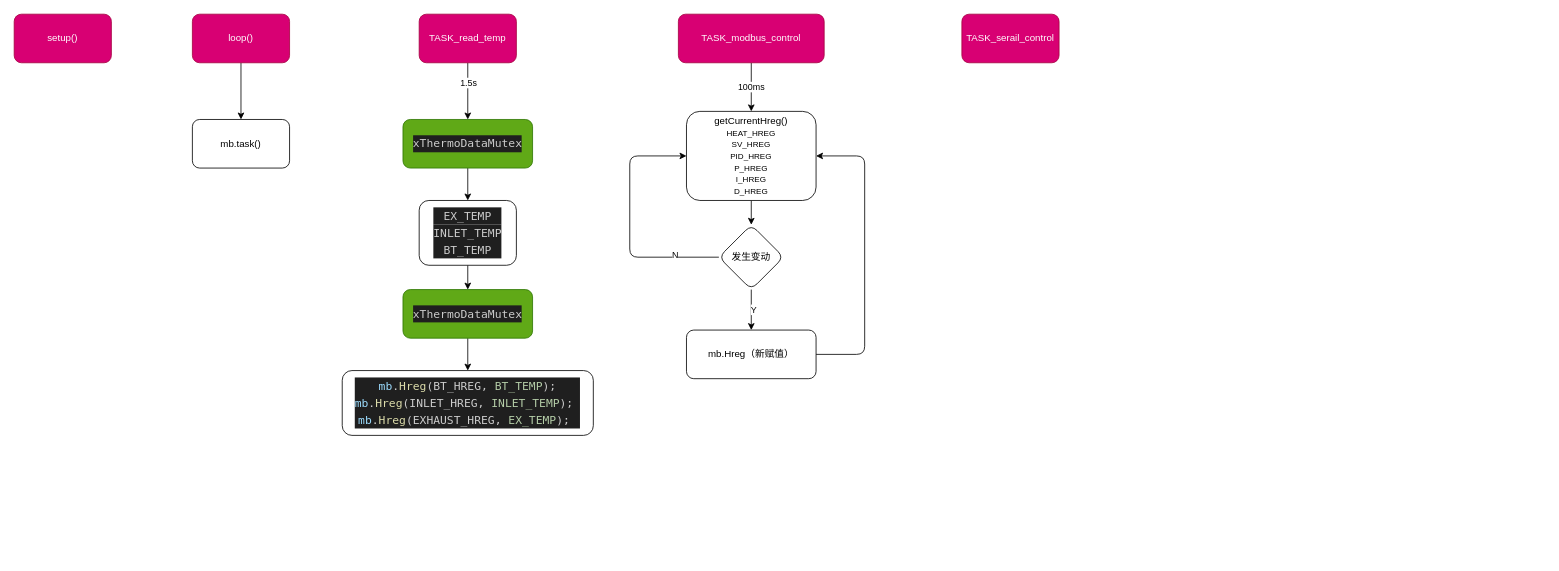
Earlier version of the draw.io diagram HB-controller/src/flow.drawio (sakunamary/HB-controller). Source tidied: cells renumbered, new cells numbered last; positions are measured from the earlier drawing's top-left corner, leaving out a move shared by most shapes. Both pictures are drawn from the tidied source at 81%, with x=0, y=0 at pixel (14, 14).
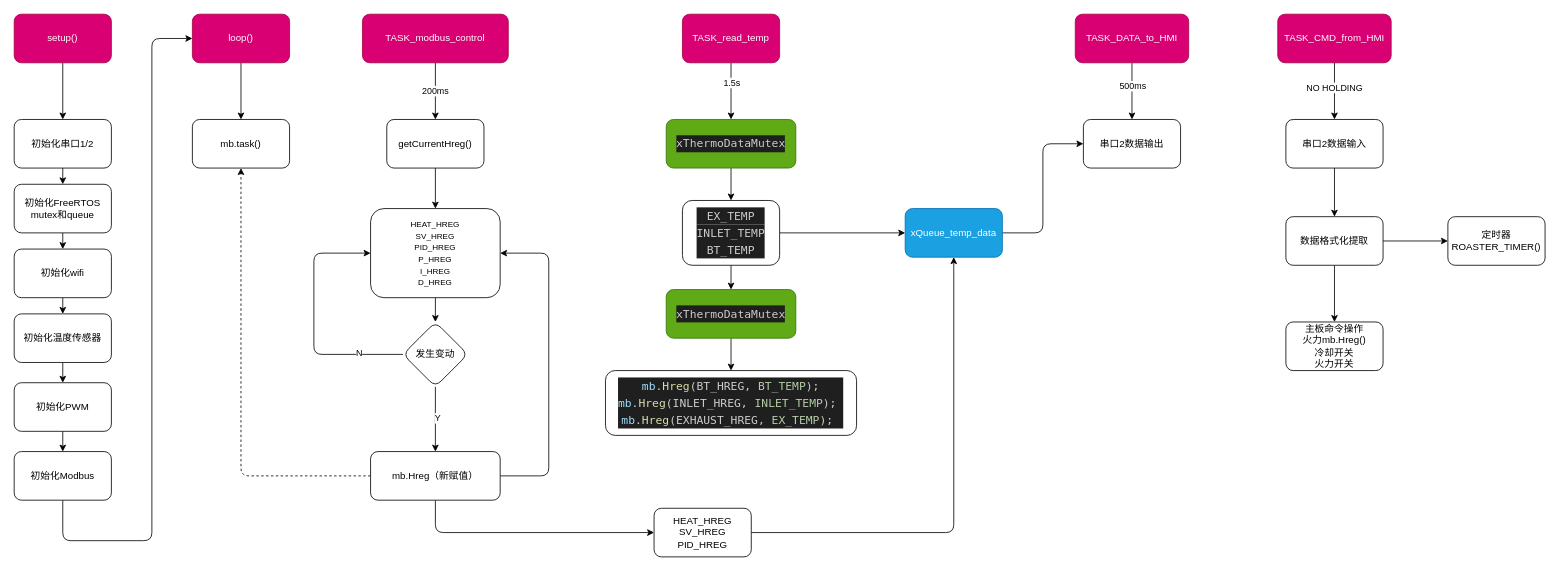
The same diagram, later.

Unchanged cells that the change refers to:
```xml
<mxCell id="13" value="loop()" style="rounded=1;whiteSpace=wrap;html=1;fillColor=#d80073;fontColor=#ffffff;strokeColor=#A50040;" parent="1" vertex="1">
  <mxGeometry x="220" width="120" height="60" as="geometry" />
</mxCell>
<mxCell id="14" value="setup()" style="rounded=1;whiteSpace=wrap;html=1;fillColor=#d80073;fontColor=#ffffff;strokeColor=#A50040;" parent="1" vertex="1">
  <mxGeometry width="120" height="60" as="geometry" />
</mxCell>
<mxCell id="15" value="mb.task()" style="rounded=1;whiteSpace=wrap;html=1;" parent="1" vertex="1">
  <mxGeometry x="220" y="130" width="120" height="60" as="geometry" />
</mxCell>
```

Change to the diagram source:
```diff
@@
     <mxCell id="4" value="TASK_read_temp" style="rounded=1;whiteSpace=wrap;html=1;fillColor=#d80073;fontColor=#ffffff;strokeColor=#A50040;" parent="1" vertex="1">
-      <mxGeometry x="500" width="120" height="60" as="geometry" />
+      <mxGeometry x="825" width="120" height="60" as="geometry" />
     </mxCell>
@@
     <mxCell id="6" value="&lt;div style=&quot;color: rgb(204, 204, 204); background-color: rgb(31, 31, 31); font-family: Menlo, Menlo, Menlo, Menlo, Monaco, &amp;quot;Courier New&amp;quot;, monospace; font-size: 14px; line-height: 21px;&quot;&gt;xThermoDataMutex&lt;/div&gt;" style="whiteSpace=wrap;html=1;rounded=1;fillColor=#60a917;fontColor=#ffffff;strokeColor=#2D7600;" parent="1" vertex="1">
-      <mxGeometry x="480" y="130" width="160" height="60" as="geometry" />
+      <mxGeometry x="805" y="130" width="160" height="60" as="geometry" />
     </mxCell>
@@
+    <mxCell id="28" style="edgeStyle=none;html=1;exitX=1;exitY=0.5;exitDx=0;exitDy=0;entryX=0;entryY=0.5;entryDx=0;entryDy=0;" parent="1" edge="1" source="8" target="35">
+      <mxGeometry relative="1" as="geometry" />
+    </mxCell>
     <mxCell id="8" value="&lt;div style=&quot;color: rgb(204, 204, 204); background-color: rgb(31, 31, 31); font-family: Menlo, Menlo, Menlo, Menlo, Monaco, &amp;quot;Courier New&amp;quot;, monospace; font-size: 14px; line-height: 21px;&quot;&gt;EX_TEMP&lt;/div&gt;&lt;div style=&quot;color: rgb(204, 204, 204); background-color: rgb(31, 31, 31); font-family: Menlo, Menlo, Menlo, Menlo, Monaco, &amp;quot;Courier New&amp;quot;, monospace; font-size: 14px; line-height: 21px;&quot;&gt;&lt;div style=&quot;line-height: 21px;&quot;&gt;INLET_TEMP&lt;/div&gt;&lt;div style=&quot;line-height: 21px;&quot;&gt;&lt;div style=&quot;line-height: 21px;&quot;&gt;BT_TEMP&lt;/div&gt;&lt;/div&gt;&lt;/div&gt;" style="rounded=1;whiteSpace=wrap;html=1;" parent="1" vertex="1">
-      <mxGeometry x="500" y="230" width="120" height="80" as="geometry" />
+      <mxGeometry x="825" y="230" width="120" height="80" as="geometry" />
     </mxCell>
     <mxCell id="9" value="&lt;div style=&quot;background-color: rgb(31, 31, 31); font-family: Menlo, Menlo, Menlo, Menlo, Monaco, &amp;quot;Courier New&amp;quot;, monospace; font-size: 14px; line-height: 21px;&quot;&gt;&lt;div style=&quot;&quot;&gt;    &lt;span style=&quot;color: rgb(156, 220, 254);&quot;&gt;mb&lt;/span&gt;&lt;font color=&quot;#cccccc&quot;&gt;.&lt;/font&gt;&lt;span style=&quot;color: rgb(220, 220, 170);&quot;&gt;Hreg&lt;/span&gt;&lt;font color=&quot;#cccccc&quot;&gt;(BT_HREG, &lt;/font&gt;&lt;font color=&quot;#b5cea8&quot;&gt;BT_TEMP&lt;/font&gt;&lt;font color=&quot;#cccccc&quot;&gt;);&lt;/font&gt;&lt;/div&gt;&lt;div style=&quot;&quot;&gt;&lt;span style=&quot;color: rgb(204, 204, 204);&quot;&gt;    &lt;span style=&quot;color: #9cdcfe;&quot;&gt;mb&lt;/span&gt;.&lt;span style=&quot;color: #dcdcaa;&quot;&gt;Hreg&lt;/span&gt;(INLET_HREG, &lt;/span&gt;&lt;font color=&quot;#b5cea8&quot;&gt;INLET_TEMP&lt;/font&gt;&lt;font color=&quot;#cccccc&quot;&gt;);&lt;/font&gt;&lt;span style=&quot;color: rgb(106, 153, 85);&quot;&gt;&amp;nbsp;&lt;/span&gt;&lt;/div&gt;&lt;div style=&quot;&quot;&gt;&lt;span style=&quot;color: rgb(204, 204, 204);&quot;&gt;    &lt;span style=&quot;color: #9cdcfe;&quot;&gt;mb&lt;/span&gt;.&lt;span style=&quot;color: #dcdcaa;&quot;&gt;Hreg&lt;/span&gt;(EXHAUST_HREG, &lt;/span&gt;&lt;font color=&quot;#b5cea8&quot;&gt;EX_TEMP&lt;/font&gt;&lt;font color=&quot;#cccccc&quot;&gt;);&lt;/font&gt;&lt;span style=&quot;color: rgb(106, 153, 85);&quot;&gt;&amp;nbsp;&lt;/span&gt;&lt;/div&gt;&lt;/div&gt;" style="rounded=1;whiteSpace=wrap;html=1;" parent="1" vertex="1">
-      <mxGeometry x="405" y="440" width="310" height="80" as="geometry" />
+      <mxGeometry x="730" y="440" width="310" height="80" as="geometry" />
     </mxCell>
@@
     <mxCell id="11" value="&lt;div style=&quot;color: rgb(204, 204, 204); background-color: rgb(31, 31, 31); font-family: Menlo, Menlo, Menlo, Menlo, Monaco, &amp;quot;Courier New&amp;quot;, monospace; font-size: 14px; line-height: 21px;&quot;&gt;xThermoDataMutex&lt;/div&gt;" style="whiteSpace=wrap;html=1;rounded=1;fillColor=#60a917;fontColor=#ffffff;strokeColor=#2D7600;" parent="1" vertex="1">
-      <mxGeometry x="480" y="340" width="160" height="60" as="geometry" />
+      <mxGeometry x="805" y="340" width="160" height="60" as="geometry" />
     </mxCell>
@@
+    <mxCell id="29" style="edgeStyle=none;html=1;exitX=0.5;exitY=1;exitDx=0;exitDy=0;entryX=0.5;entryY=0;entryDx=0;entryDy=0;" parent="1" edge="1" source="14" target="47">
+      <mxGeometry relative="1" as="geometry" />
+    </mxCell>
@@
-    <mxCell id="16" value="100ms" style="edgeStyle=none;html=1;exitX=0.5;exitY=1;exitDx=0;exitDy=0;entryX=0.5;entryY=0;entryDx=0;entryDy=0;" parent="1" edge="1" source="17" target="19">
+    <mxCell id="16" value="200ms" style="edgeStyle=none;html=1;exitX=0.5;exitY=1;exitDx=0;exitDy=0;entryX=0.5;entryY=0;entryDx=0;entryDy=0;" parent="1" edge="1" source="17" target="37">
       <mxGeometry relative="1" as="geometry" />
     </mxCell>
     <mxCell id="17" value="TASK_modbus_control" style="rounded=1;whiteSpace=wrap;html=1;fillColor=#d80073;fontColor=#ffffff;strokeColor=#A50040;" parent="1" vertex="1">
-      <mxGeometry x="820" width="180" height="60" as="geometry" />
+      <mxGeometry x="430" width="180" height="60" as="geometry" />
     </mxCell>
@@
-    <mxCell id="19" value="getCurrentHreg()&lt;br&gt;&lt;font style=&quot;font-size: 10px;&quot;&gt;HEAT_HREG&lt;br&gt;SV_HREG&lt;br&gt;PID_HREG&lt;br&gt;P_HREG&lt;br&gt;I_HREG&lt;br&gt;D_HREG&lt;br&gt;&lt;/font&gt;" style="rounded=1;whiteSpace=wrap;html=1;" parent="1" vertex="1">
-      <mxGeometry x="830" y="120" width="160" height="110" as="geometry" />
+    <mxCell id="19" value="&lt;font style=&quot;font-size: 10px;&quot;&gt;HEAT_HREG&lt;br&gt;SV_HREG&lt;br&gt;PID_HREG&lt;br&gt;P_HREG&lt;br&gt;I_HREG&lt;br&gt;D_HREG&lt;br&gt;&lt;/font&gt;" style="rounded=1;whiteSpace=wrap;html=1;" parent="1" vertex="1">
+      <mxGeometry x="440" y="240" width="160" height="110" as="geometry" />
     </mxCell>
+    <mxCell id="30" style="edgeStyle=none;html=1;" parent="1" edge="1" source="20" target="38">
+      <mxGeometry relative="1" as="geometry" />
+    </mxCell>
+    <mxCell id="31" value="500ms" style="edgeLabel;html=1;align=center;verticalAlign=middle;" parent="30" vertex="1">
+      <mxGeometry x="-0.2" relative="1" as="geometry" />
+    </mxCell>
-    <mxCell id="20" value="TASK_serail_control" style="rounded=1;whiteSpace=wrap;html=1;fillColor=#d80073;fontColor=#ffffff;strokeColor=#A50040;" parent="1" vertex="1">
-      <mxGeometry x="1170" width="120" height="60" as="geometry" />
+    <mxCell id="20" value="TASK_DATA_to_HMI" style="rounded=1;whiteSpace=wrap;html=1;fillColor=#d80073;fontColor=#ffffff;strokeColor=#A50040;" parent="1" vertex="1">
+      <mxGeometry x="1310" width="140" height="60" as="geometry" />
     </mxCell>
     <mxCell id="21" style="edgeStyle=none;html=1;exitX=0;exitY=0.5;exitDx=0;exitDy=0;entryX=0;entryY=0.5;entryDx=0;entryDy=0;" parent="1" edge="1" source="25" target="19">
       <mxGeometry relative="1" as="geometry">
         <Array as="points">
-          <mxPoint x="760" y="300" />
-          <mxPoint x="760" y="175" />
+          <mxPoint x="370" y="420" />
+          <mxPoint x="370" y="295" />
         </Array>
       </mxGeometry>
     </mxCell>
@@
     <mxCell id="25" value="发生变动" style="rhombus;whiteSpace=wrap;html=1;rounded=1;" parent="1" vertex="1">
-      <mxGeometry x="870" y="260" width="80" height="80" as="geometry" />
+      <mxGeometry x="480" y="380" width="80" height="80" as="geometry" />
     </mxCell>
     <mxCell id="26" style="edgeStyle=none;html=1;exitX=1;exitY=0.5;exitDx=0;exitDy=0;entryX=1;entryY=0.5;entryDx=0;entryDy=0;" parent="1" edge="1" source="27" target="19">
       <mxGeometry relative="1" as="geometry">
         <Array as="points">
-          <mxPoint x="1050" y="420" />
-          <mxPoint x="1050" y="175" />
+          <mxPoint x="660" y="570" />
+          <mxPoint x="660" y="295" />
         </Array>
       </mxGeometry>
     </mxCell>
+    <mxCell id="32" style="edgeStyle=none;html=1;exitX=0;exitY=0.5;exitDx=0;exitDy=0;entryX=0.5;entryY=1;entryDx=0;entryDy=0;dashed=1;" parent="1" edge="1" source="27" target="15">
+      <mxGeometry relative="1" as="geometry">
+        <Array as="points">
+          <mxPoint x="280" y="570" />
+        </Array>
+      </mxGeometry>
+    </mxCell>
+    <mxCell id="33" style="edgeStyle=none;html=1;exitX=0.5;exitY=1;exitDx=0;exitDy=0;entryX=0;entryY=0.5;entryDx=0;entryDy=0;" parent="1" edge="1" source="27" target="45">
+      <mxGeometry relative="1" as="geometry">
+        <Array as="points">
+          <mxPoint x="520" y="640" />
+        </Array>
+      </mxGeometry>
+    </mxCell>
     <mxCell id="27" value="mb.Hreg（新赋值）" style="whiteSpace=wrap;html=1;rounded=1;" parent="1" vertex="1">
-      <mxGeometry x="830" y="390" width="160" height="60" as="geometry" />
+      <mxGeometry x="440" y="540" width="160" height="60" as="geometry" />
     </mxCell>
+    <mxCell id="34" style="edgeStyle=none;html=1;exitX=1;exitY=0.5;exitDx=0;exitDy=0;entryX=0;entryY=0.5;entryDx=0;entryDy=0;" parent="1" edge="1" source="35" target="38">
+      <mxGeometry relative="1" as="geometry">
+        <Array as="points">
+          <mxPoint x="1270" y="270" />
+          <mxPoint x="1270" y="160" />
+        </Array>
+      </mxGeometry>
+    </mxCell>
+    <mxCell id="35" value="xQueue_temp_data" style="whiteSpace=wrap;html=1;rounded=1;fillColor=#1ba1e2;fontColor=#ffffff;strokeColor=#006EAF;" parent="1" vertex="1">
+      <mxGeometry x="1100" y="240" width="120" height="60" as="geometry" />
+    </mxCell>
+    <mxCell id="36" style="edgeStyle=none;html=1;exitX=0.5;exitY=1;exitDx=0;exitDy=0;entryX=0.5;entryY=0;entryDx=0;entryDy=0;" parent="1" edge="1" source="37" target="19">
+      <mxGeometry relative="1" as="geometry" />
+    </mxCell>
+    <mxCell id="37" value="getCurrentHreg()" style="rounded=1;whiteSpace=wrap;html=1;" parent="1" vertex="1">
+      <mxGeometry x="460" y="130" width="120" height="60" as="geometry" />
+    </mxCell>
+    <mxCell id="38" value="串口2数据输出" style="whiteSpace=wrap;html=1;rounded=1;" parent="1" vertex="1">
+      <mxGeometry x="1320" y="130" width="120" height="60" as="geometry" />
+    </mxCell>
+    <mxCell id="39" style="edgeStyle=none;html=1;" parent="1" edge="1" source="41" target="43">
+      <mxGeometry relative="1" as="geometry" />
+    </mxCell>
+    <mxCell id="40" value="NO HOLDING" style="edgeLabel;html=1;align=center;verticalAlign=middle;" parent="39" vertex="1">
+      <mxGeometry x="-0.15" y="-1" relative="1" as="geometry" />
+    </mxCell>
+    <mxCell id="41" value="TASK_CMD_from_HMI" style="rounded=1;whiteSpace=wrap;html=1;fillColor=#d80073;fontColor=#ffffff;strokeColor=#A50040;" parent="1" vertex="1">
+      <mxGeometry x="1560" width="140" height="60" as="geometry" />
+    </mxCell>
+    <mxCell id="42" style="edgeStyle=none;html=1;" parent="1" edge="1" source="43" target="60">
+      <mxGeometry relative="1" as="geometry" />
+    </mxCell>
+    <mxCell id="43" value="串口2数据输入" style="whiteSpace=wrap;html=1;rounded=1;" parent="1" vertex="1">
+      <mxGeometry x="1570" y="130" width="120" height="60" as="geometry" />
+    </mxCell>
+    <mxCell id="44" style="edgeStyle=none;html=1;exitX=1;exitY=0.5;exitDx=0;exitDy=0;entryX=0.5;entryY=1;entryDx=0;entryDy=0;" parent="1" edge="1" source="45" target="35">
+      <mxGeometry relative="1" as="geometry">
+        <Array as="points">
+          <mxPoint x="1160" y="640" />
+        </Array>
+      </mxGeometry>
+    </mxCell>
+    <mxCell id="45" value="HEAT_HREG&lt;br&gt;SV_HREG&lt;br&gt;PID_HREG" style="rounded=1;whiteSpace=wrap;html=1;" parent="1" vertex="1">
+      <mxGeometry x="790" y="610" width="120" height="60" as="geometry" />
+    </mxCell>
+    <mxCell id="46" style="edgeStyle=none;html=1;exitX=0.5;exitY=1;exitDx=0;exitDy=0;entryX=0.5;entryY=0;entryDx=0;entryDy=0;" parent="1" edge="1" source="47" target="53">
+      <mxGeometry relative="1" as="geometry" />
+    </mxCell>
+    <mxCell id="47" value="初始化串口1/2" style="whiteSpace=wrap;html=1;rounded=1;" parent="1" vertex="1">
+      <mxGeometry y="130" width="120" height="60" as="geometry" />
+    </mxCell>
+    <mxCell id="48" style="edgeStyle=none;html=1;" parent="1" edge="1" source="49" target="51">
+      <mxGeometry relative="1" as="geometry" />
+    </mxCell>
+    <mxCell id="49" value="初始化wifi" style="whiteSpace=wrap;html=1;rounded=1;" parent="1" vertex="1">
+      <mxGeometry y="290" width="120" height="60" as="geometry" />
+    </mxCell>
+    <mxCell id="50" style="edgeStyle=none;html=1;" parent="1" edge="1" source="51" target="55">
+      <mxGeometry relative="1" as="geometry" />
+    </mxCell>
+    <mxCell id="51" value="初始化温度传感器" style="whiteSpace=wrap;html=1;rounded=1;" parent="1" vertex="1">
+      <mxGeometry y="370" width="120" height="60" as="geometry" />
+    </mxCell>
+    <mxCell id="52" style="edgeStyle=none;html=1;exitX=0.5;exitY=1;exitDx=0;exitDy=0;" parent="1" edge="1" source="53" target="49">
+      <mxGeometry relative="1" as="geometry" />
+    </mxCell>
+    <mxCell id="53" value="初始化FreeRTOS mutex和queue" style="rounded=1;whiteSpace=wrap;html=1;" parent="1" vertex="1">
+      <mxGeometry y="210" width="120" height="60" as="geometry" />
+    </mxCell>
+    <mxCell id="54" style="edgeStyle=none;html=1;" parent="1" edge="1" source="55" target="57">
+      <mxGeometry relative="1" as="geometry" />
+    </mxCell>
+    <mxCell id="55" value="初始化PWM" style="whiteSpace=wrap;html=1;rounded=1;" parent="1" vertex="1">
+      <mxGeometry y="455" width="120" height="60" as="geometry" />
+    </mxCell>
+    <mxCell id="56" style="edgeStyle=none;html=1;exitX=0.5;exitY=1;exitDx=0;exitDy=0;entryX=0;entryY=0.5;entryDx=0;entryDy=0;" parent="1" edge="1" source="57" target="13">
+      <mxGeometry relative="1" as="geometry">
+        <Array as="points">
+          <mxPoint x="60" y="650" />
+          <mxPoint x="170" y="650" />
+          <mxPoint x="170" y="30" />
+        </Array>
+      </mxGeometry>
+    </mxCell>
+    <mxCell id="57" value="初始化Modbus" style="whiteSpace=wrap;html=1;rounded=1;" parent="1" vertex="1">
+      <mxGeometry y="540" width="120" height="60" as="geometry" />
+    </mxCell>
+    <mxCell id="58" style="edgeStyle=none;html=1;" parent="1" edge="1" source="60" target="61">
+      <mxGeometry relative="1" as="geometry" />
+    </mxCell>
+    <mxCell id="59" style="edgeStyle=none;html=1;" parent="1" edge="1" source="60" target="62">
+      <mxGeometry relative="1" as="geometry" />
+    </mxCell>
+    <mxCell id="60" value="数据格式化提取" style="whiteSpace=wrap;html=1;rounded=1;" parent="1" vertex="1">
+      <mxGeometry x="1570" y="250" width="120" height="60" as="geometry" />
+    </mxCell>
+    <mxCell id="61" value="主板命令操作&lt;br&gt;火力mb.Hreg()&lt;br&gt;冷却开关&lt;br&gt;火力开关" style="whiteSpace=wrap;html=1;rounded=1;" parent="1" vertex="1">
+      <mxGeometry x="1570" y="380" width="120" height="60" as="geometry" />
+    </mxCell>
+    <mxCell id="62" value="定时器ROASTER_TIMER()" style="whiteSpace=wrap;html=1;rounded=1;" parent="1" vertex="1">
+      <mxGeometry x="1770" y="250" width="120" height="60" as="geometry" />
+    </mxCell>
```
